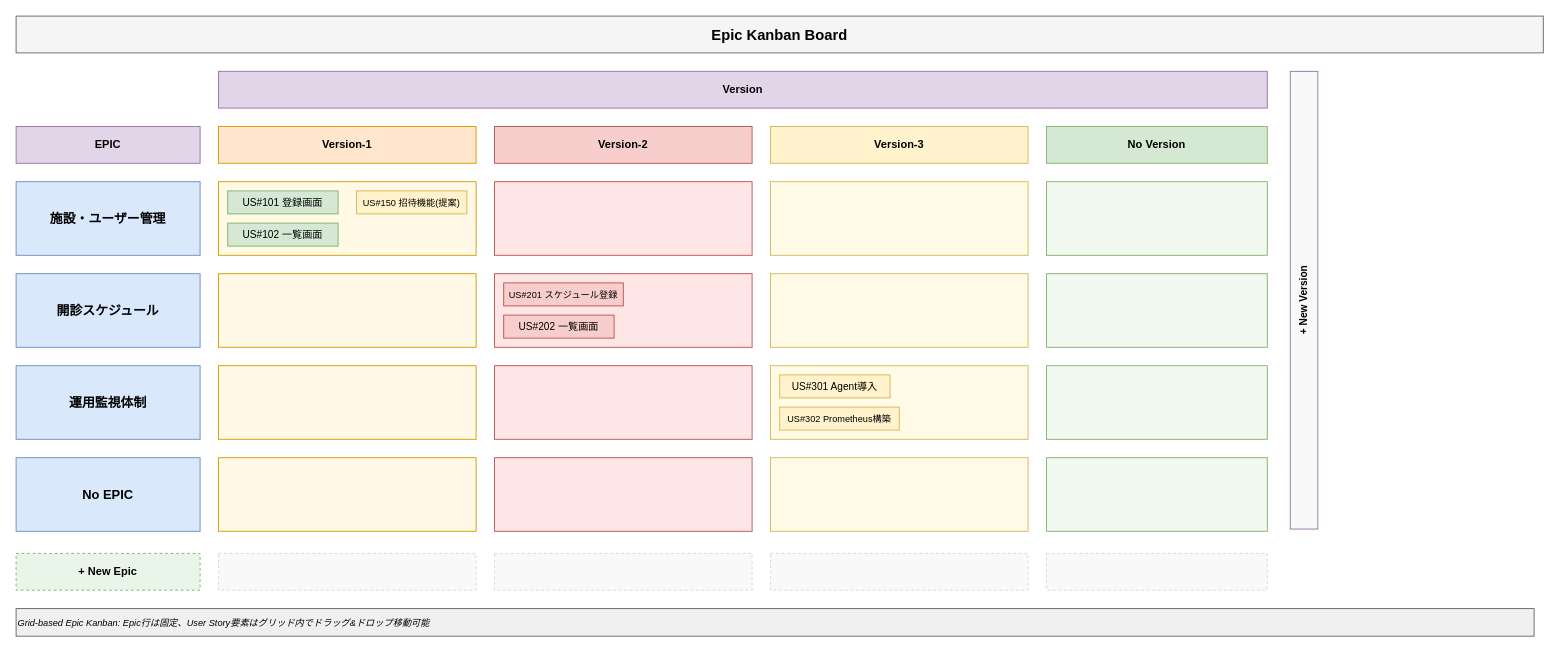
The draw.io diagram vibes/docs/specs/ui/kanban_ui_wireframe.drawio in hollySizzle/redmine_epic_ladder, before the edit. Source tidied: cells renumbered, new cells numbered last; positions are measured from the earlier drawing's top-left corner, leaving out a move shared by most shapes. Both pictures are drawn from the tidied source at 92%, with x=0, y=0 at pixel (16, 16).
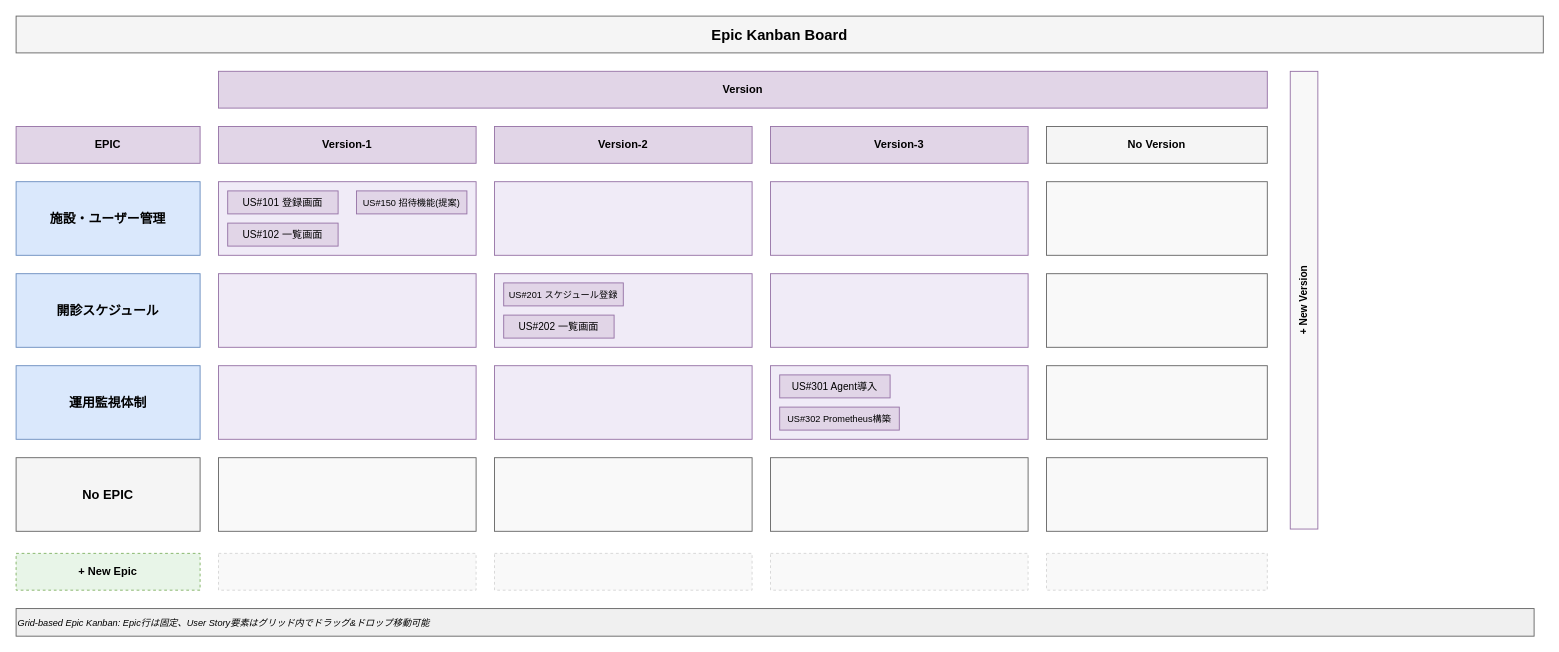
The same diagram, later.

Commit message:
ワイヤーフレームの更新

The edit, as a diff of the source:
```diff
@@
-    <mxCell id="6" value="Version-1" style="rounded=0;whiteSpace=wrap;html=1;fillColor=#ffe6cc;strokeColor=#d79b00;fontStyle=1;fontSize=12;align=center;" parent="1" vertex="1">
+    <mxCell id="6" value="Version-1" style="rounded=0;whiteSpace=wrap;html=1;fillColor=#e1d5e7;strokeColor=#9673a6;fontStyle=1;fontSize=12;align=center;" parent="1" vertex="1">
       <mxGeometry x="220" y="120" width="280" height="40" as="geometry" />
     </mxCell>
-    <mxCell id="7" value="Version-2" style="rounded=0;whiteSpace=wrap;html=1;fillColor=#f8cecc;strokeColor=#b85450;fontStyle=1;fontSize=12;align=center;" parent="1" vertex="1">
+    <mxCell id="7" value="Version-2" style="rounded=0;whiteSpace=wrap;html=1;fillColor=#e1d5e7;strokeColor=#9673a6;fontStyle=1;fontSize=12;align=center;" parent="1" vertex="1">
       <mxGeometry x="520" y="120" width="280" height="40" as="geometry" />
     </mxCell>
-    <mxCell id="8" value="Version-3" style="rounded=0;whiteSpace=wrap;html=1;fillColor=#fff2cc;strokeColor=#d6b656;fontStyle=1;fontSize=12;align=center;" parent="1" vertex="1">
+    <mxCell id="8" value="Version-3" style="rounded=0;whiteSpace=wrap;html=1;fillColor=#e1d5e7;strokeColor=#9673a6;fontStyle=1;fontSize=12;align=center;" parent="1" vertex="1">
       <mxGeometry x="820" y="120" width="280" height="40" as="geometry" />
     </mxCell>
-    <mxCell id="9" value="No Version" style="rounded=0;whiteSpace=wrap;html=1;fillColor=#d5e8d4;strokeColor=#82b366;fontStyle=1;fontSize=12;align=center;" parent="1" vertex="1">
+    <mxCell id="9" value="No Version" style="rounded=0;whiteSpace=wrap;html=1;fillColor=#f5f5f5;strokeColor=#666666;fontStyle=1;fontSize=12;align=center;" parent="1" vertex="1">
       <mxGeometry x="1120" y="120" width="240" height="40" as="geometry" />
     </mxCell>
@@
-    <mxCell id="11" style="rounded=0;whiteSpace=wrap;html=1;fillColor=#fff9e6;strokeColor=#d79b00;" parent="1" vertex="1">
+    <mxCell id="11" style="rounded=0;whiteSpace=wrap;html=1;fillColor=#f0ebf7;strokeColor=#9673a6;" parent="1" vertex="1">
       <mxGeometry x="220" y="180" width="280" height="80" as="geometry" />
     </mxCell>
-    <mxCell id="12" style="rounded=0;whiteSpace=wrap;html=1;fillColor=#ffe6e6;strokeColor=#b85450;" parent="1" vertex="1">
+    <mxCell id="12" style="rounded=0;whiteSpace=wrap;html=1;fillColor=#f0ebf7;strokeColor=#9673a6;" parent="1" vertex="1">
       <mxGeometry x="520" y="180" width="280" height="80" as="geometry" />
     </mxCell>
-    <mxCell id="13" style="rounded=0;whiteSpace=wrap;html=1;fillColor=#fffbe6;strokeColor=#d6b656;" parent="1" vertex="1">
+    <mxCell id="13" style="rounded=0;whiteSpace=wrap;html=1;fillColor=#f0ebf7;strokeColor=#9673a6;" parent="1" vertex="1">
       <mxGeometry x="820" y="180" width="280" height="80" as="geometry" />
     </mxCell>
-    <mxCell id="14" style="rounded=0;whiteSpace=wrap;html=1;fillColor=#f0f8f0;strokeColor=#82b366;" parent="1" vertex="1">
+    <mxCell id="14" style="rounded=0;whiteSpace=wrap;html=1;fillColor=#f9f9f9;strokeColor=#666666;" parent="1" vertex="1">
       <mxGeometry x="1120" y="180" width="240" height="80" as="geometry" />
     </mxCell>
-    <mxCell id="15" value="US#101 登録画面" style="rounded=0;whiteSpace=wrap;html=1;fillColor=#d5e8d4;strokeColor=#82b366;fontSize=11;align=center;" parent="1" vertex="1">
+    <mxCell id="15" value="US#101 登録画面" style="rounded=0;whiteSpace=wrap;html=1;fillColor=#e1d5e7;strokeColor=#9673a6;fontSize=11;align=center;" parent="1" vertex="1">
       <mxGeometry x="230" y="190" width="120" height="25" as="geometry" />
     </mxCell>
-    <mxCell id="16" value="US#102 一覧画面" style="rounded=0;whiteSpace=wrap;html=1;fillColor=#d5e8d4;strokeColor=#82b366;fontSize=11;align=center;" parent="1" vertex="1">
+    <mxCell id="16" value="US#102 一覧画面" style="rounded=0;whiteSpace=wrap;html=1;fillColor=#e1d5e7;strokeColor=#9673a6;fontSize=11;align=center;" parent="1" vertex="1">
       <mxGeometry x="230" y="225" width="120" height="25" as="geometry" />
     </mxCell>
-    <mxCell id="17" value="US#150 招待機能(提案)" style="rounded=0;whiteSpace=wrap;html=1;fillColor=#fff2cc;strokeColor=#d6b656;fontSize=10;align=center;" parent="1" vertex="1">
+    <mxCell id="17" value="US#150 招待機能(提案)" style="rounded=0;whiteSpace=wrap;html=1;fillColor=#e1d5e7;strokeColor=#9673a6;fontSize=10;align=center;" parent="1" vertex="1">
       <mxGeometry x="370" y="190" width="120" height="25" as="geometry" />
     </mxCell>
@@
-    <mxCell id="19" style="rounded=0;whiteSpace=wrap;html=1;fillColor=#fff9e6;strokeColor=#d79b00;" parent="1" vertex="1">
+    <mxCell id="19" style="rounded=0;whiteSpace=wrap;html=1;fillColor=#f0ebf7;strokeColor=#9673a6;" parent="1" vertex="1">
       <mxGeometry x="220" y="280" width="280" height="80" as="geometry" />
     </mxCell>
-    <mxCell id="20" style="rounded=0;whiteSpace=wrap;html=1;fillColor=#ffe6e6;strokeColor=#b85450;" parent="1" vertex="1">
+    <mxCell id="20" style="rounded=0;whiteSpace=wrap;html=1;fillColor=#f0ebf7;strokeColor=#9673a6;" parent="1" vertex="1">
       <mxGeometry x="520" y="280" width="280" height="80" as="geometry" />
     </mxCell>
-    <mxCell id="21" style="rounded=0;whiteSpace=wrap;html=1;fillColor=#fffbe6;strokeColor=#d6b656;" parent="1" vertex="1">
+    <mxCell id="21" style="rounded=0;whiteSpace=wrap;html=1;fillColor=#f0ebf7;strokeColor=#9673a6;" parent="1" vertex="1">
       <mxGeometry x="820" y="280" width="280" height="80" as="geometry" />
     </mxCell>
-    <mxCell id="22" style="rounded=0;whiteSpace=wrap;html=1;fillColor=#f0f8f0;strokeColor=#82b366;" parent="1" vertex="1">
+    <mxCell id="22" style="rounded=0;whiteSpace=wrap;html=1;fillColor=#f9f9f9;strokeColor=#666666;" parent="1" vertex="1">
       <mxGeometry x="1120" y="280" width="240" height="80" as="geometry" />
     </mxCell>
-    <mxCell id="23" value="US#201 スケジュール登録" style="rounded=0;whiteSpace=wrap;html=1;fillColor=#f8cecc;strokeColor=#b85450;fontSize=10;align=center;" parent="1" vertex="1">
+    <mxCell id="23" value="US#201 スケジュール登録" style="rounded=0;whiteSpace=wrap;html=1;fillColor=#e1d5e7;strokeColor=#9673a6;fontSize=10;align=center;" parent="1" vertex="1">
       <mxGeometry x="530" y="290" width="130" height="25" as="geometry" />
     </mxCell>
-    <mxCell id="24" value="US#202 一覧画面" style="rounded=0;whiteSpace=wrap;html=1;fillColor=#f8cecc;strokeColor=#b85450;fontSize=11;align=center;" parent="1" vertex="1">
+    <mxCell id="24" value="US#202 一覧画面" style="rounded=0;whiteSpace=wrap;html=1;fillColor=#e1d5e7;strokeColor=#9673a6;fontSize=11;align=center;" parent="1" vertex="1">
       <mxGeometry x="530" y="325" width="120" height="25" as="geometry" />
     </mxCell>
@@
-    <mxCell id="26" style="rounded=0;whiteSpace=wrap;html=1;fillColor=#fff9e6;strokeColor=#d79b00;" parent="1" vertex="1">
+    <mxCell id="26" style="rounded=0;whiteSpace=wrap;html=1;fillColor=#f0ebf7;strokeColor=#9673a6;" parent="1" vertex="1">
       <mxGeometry x="220" y="380" width="280" height="80" as="geometry" />
     </mxCell>
-    <mxCell id="27" style="rounded=0;whiteSpace=wrap;html=1;fillColor=#ffe6e6;strokeColor=#b85450;" parent="1" vertex="1">
+    <mxCell id="27" style="rounded=0;whiteSpace=wrap;html=1;fillColor=#f0ebf7;strokeColor=#9673a6;" parent="1" vertex="1">
       <mxGeometry x="520" y="380" width="280" height="80" as="geometry" />
     </mxCell>
-    <mxCell id="28" style="rounded=0;whiteSpace=wrap;html=1;fillColor=#fffbe6;strokeColor=#d6b656;" parent="1" vertex="1">
+    <mxCell id="28" style="rounded=0;whiteSpace=wrap;html=1;fillColor=#f0ebf7;strokeColor=#9673a6;" parent="1" vertex="1">
       <mxGeometry x="820" y="380" width="280" height="80" as="geometry" />
     </mxCell>
-    <mxCell id="29" style="rounded=0;whiteSpace=wrap;html=1;fillColor=#f0f8f0;strokeColor=#82b366;" parent="1" vertex="1">
+    <mxCell id="29" style="rounded=0;whiteSpace=wrap;html=1;fillColor=#f9f9f9;strokeColor=#666666;" parent="1" vertex="1">
       <mxGeometry x="1120" y="380" width="240" height="80" as="geometry" />
     </mxCell>
-    <mxCell id="30" value="US#301 Agent導入" style="rounded=0;whiteSpace=wrap;html=1;fillColor=#fff2cc;strokeColor=#d6b656;fontSize=11;align=center;" parent="1" vertex="1">
+    <mxCell id="30" value="US#301 Agent導入" style="rounded=0;whiteSpace=wrap;html=1;fillColor=#e1d5e7;strokeColor=#9673a6;fontSize=11;align=center;" parent="1" vertex="1">
       <mxGeometry x="830" y="390" width="120" height="25" as="geometry" />
     </mxCell>
-    <mxCell id="31" value="US#302 Prometheus構築" style="rounded=0;whiteSpace=wrap;html=1;fillColor=#fff2cc;strokeColor=#d6b656;fontSize=10;align=center;" parent="1" vertex="1">
+    <mxCell id="31" value="US#302 Prometheus構築" style="rounded=0;whiteSpace=wrap;html=1;fillColor=#e1d5e7;strokeColor=#9673a6;fontSize=10;align=center;" parent="1" vertex="1">
       <mxGeometry x="830" y="425" width="130" height="25" as="geometry" />
     </mxCell>
@@
-    <mxCell id="38" value="No EPIC" style="rounded=0;whiteSpace=wrap;html=1;fillColor=#dae8fc;strokeColor=#6c8ebf;fontStyle=1;fontSize=14;align=center;verticalAlign=middle;" parent="1" vertex="1">
+    <mxCell id="38" value="No EPIC" style="rounded=0;whiteSpace=wrap;html=1;fillColor=#f5f5f5;strokeColor=#666666;fontStyle=1;fontSize=14;align=center;verticalAlign=middle;" parent="1" vertex="1">
       <mxGeometry y="480" width="200" height="80" as="geometry" />
     </mxCell>
-    <mxCell id="39" style="rounded=0;whiteSpace=wrap;html=1;fillColor=#fff9e6;strokeColor=#d79b00;" parent="1" vertex="1">
+    <mxCell id="39" style="rounded=0;whiteSpace=wrap;html=1;fillColor=#f9f9f9;strokeColor=#666666;" parent="1" vertex="1">
       <mxGeometry x="220" y="480" width="280" height="80" as="geometry" />
     </mxCell>
-    <mxCell id="40" style="rounded=0;whiteSpace=wrap;html=1;fillColor=#ffe6e6;strokeColor=#b85450;" parent="1" vertex="1">
+    <mxCell id="40" style="rounded=0;whiteSpace=wrap;html=1;fillColor=#f9f9f9;strokeColor=#666666;" parent="1" vertex="1">
       <mxGeometry x="520" y="480" width="280" height="80" as="geometry" />
     </mxCell>
-    <mxCell id="41" style="rounded=0;whiteSpace=wrap;html=1;fillColor=#fffbe6;strokeColor=#d6b656;" parent="1" vertex="1">
+    <mxCell id="41" style="rounded=0;whiteSpace=wrap;html=1;fillColor=#f9f9f9;strokeColor=#666666;" parent="1" vertex="1">
       <mxGeometry x="820" y="480" width="280" height="80" as="geometry" />
     </mxCell>
-    <mxCell id="42" style="rounded=0;whiteSpace=wrap;html=1;fillColor=#f0f8f0;strokeColor=#82b366;" parent="1" vertex="1">
+    <mxCell id="42" style="rounded=0;whiteSpace=wrap;html=1;fillColor=#f9f9f9;strokeColor=#666666;" parent="1" vertex="1">
       <mxGeometry x="1120" y="480" width="240" height="80" as="geometry" />
     </mxCell>
```
